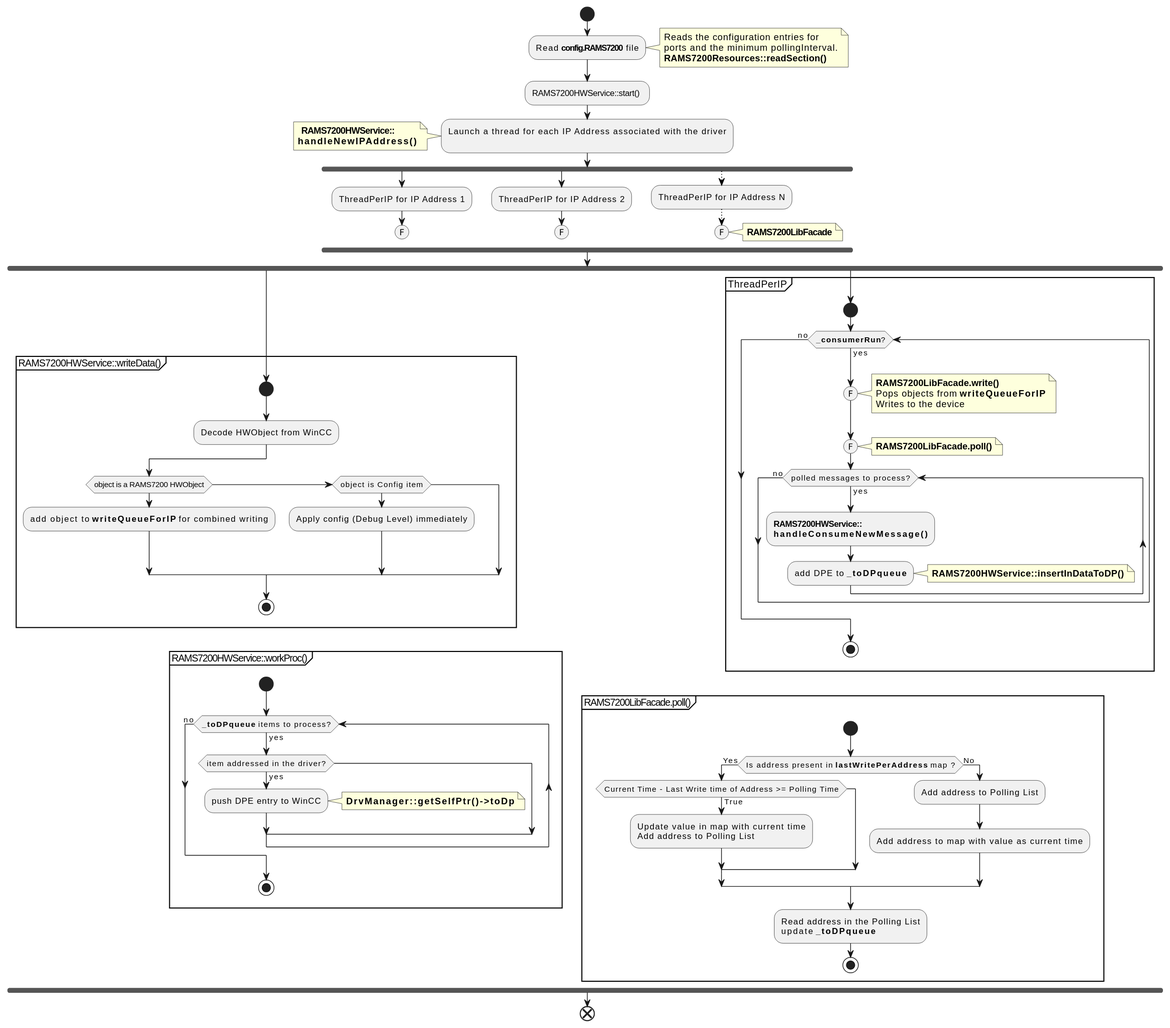
This is doc/RAMS7200Design.svg from richidubey/originalrams7200, a PlantUML export, as it was before one commit.
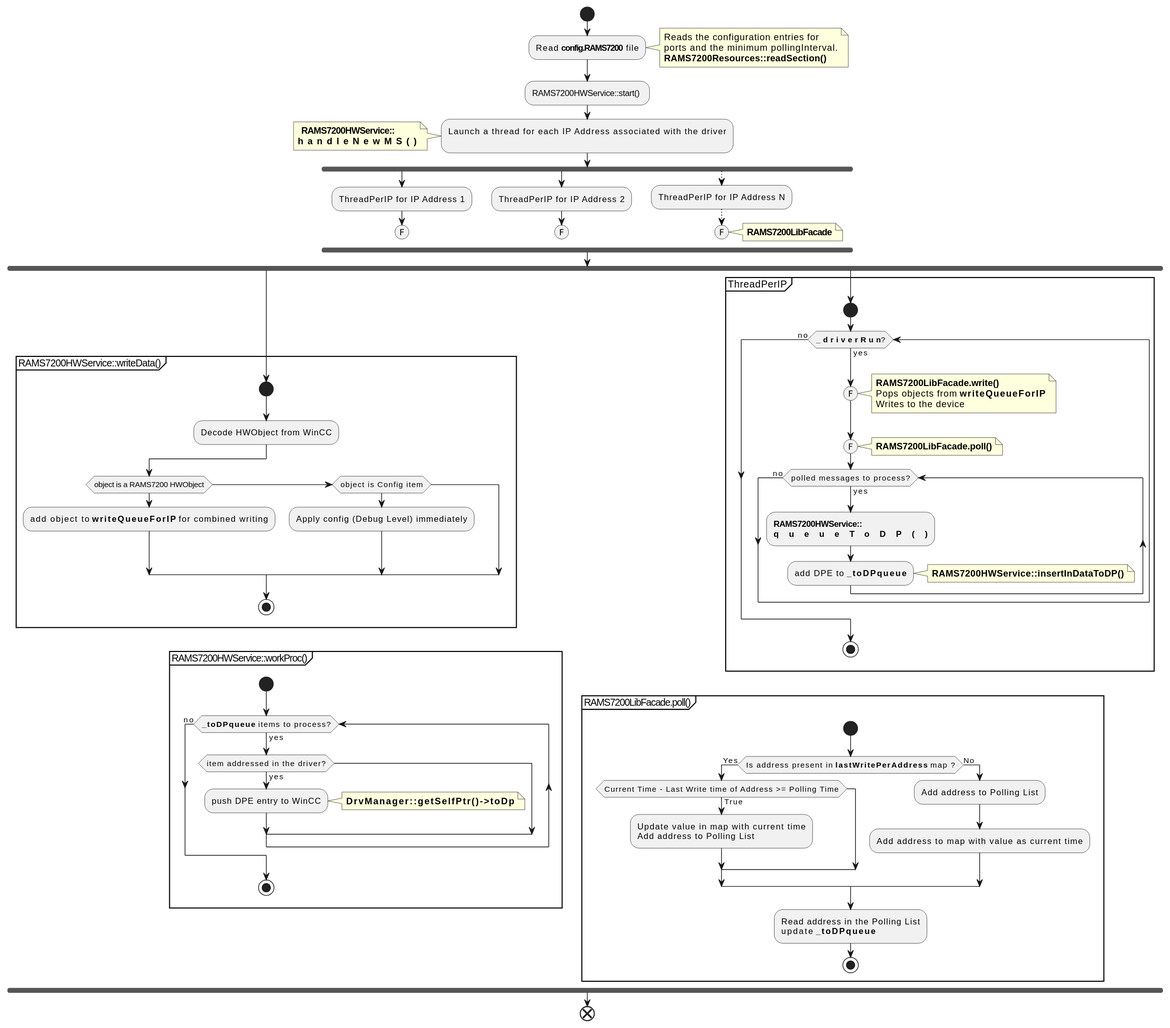
The same diagram one commit later.

Diff of the diagram source:
```diff
@@ -13,7 +13,7 @@
 ;
 note left
     <b> RAMS7200HWService::
-    <b>handleNewIPAddress()
+    <b>handleNewMS()
 end note
 fork
     :ThreadPerIP for IP Address 1;
@@ -63,7 +63,7 @@
     skinparam ConditionEndStyle hline
     partition ThreadPerIP {
         start
-        while(<b>_consumerRun</b>?) is (yes)
+        while(<b>_driverRun</b>?) is (yes)
             (F)
             note right
                 <b>RAMS7200LibFacade.write()</b>
@@ -76,7 +76,7 @@
             end note
             while (polled messages to process?) is (yes)
                 :<b>RAMS7200HWService::
-                <b>handleConsumeNewMessage()</b>;
+                <b>queueToDP()</b>;
                 :add DPE to <b>_toDPqueue</b>;
                 note right
                     <b>RAMS7200HWService::insertInDataToDP()</b>
```
